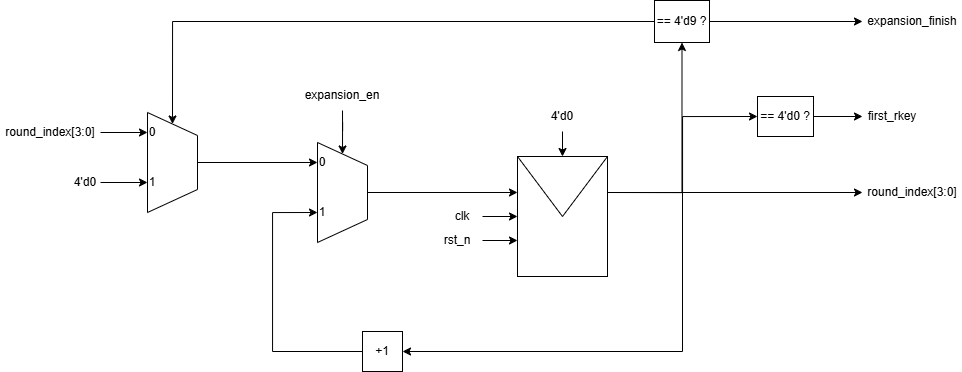
LQLManZz/AES128-Verilog keeps this draw.io diagram as KeyExpansion/media/KECounter Low.png. Above is the earlier version. Source tidied: cells renumbered, new cells last; positions are measured from the earlier drawing's top-left corner, leaving out a move shared by most shapes.
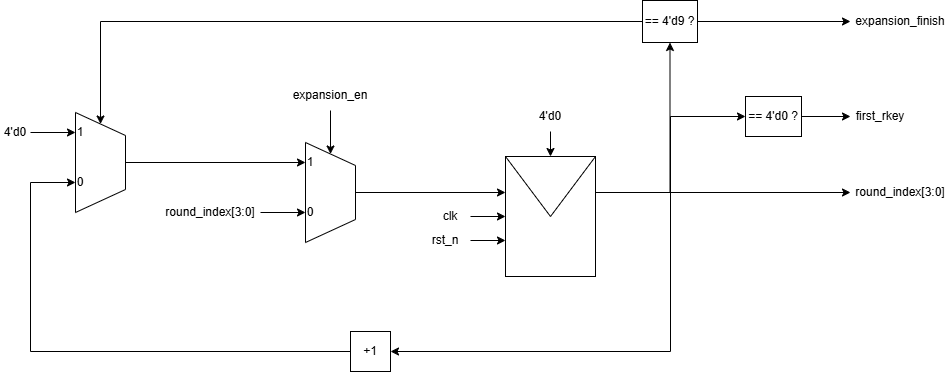
The same file after the commit.

Commit message:
vault backup: 2026-06-26 20:21:02

What changed in the source:
```diff
@@ -2,11 +2,11 @@
   <root>
     <mxCell id="0" />
     <mxCell id="1" parent="0" />
-    <mxCell id="2" style="edgeStyle=orthogonalEdgeStyle;rounded=0;jettySize=auto;html=1;exitX=1;exitY=0.5;exitDx=0;exitDy=0;entryX=0;entryY=0.5;entryDx=0;entryDy=0;" parent="1" edge="1" source="3" target="34">
-      <mxGeometry relative="1" as="geometry" />
-    </mxCell>
+    <mxCell id="40" style="edgeStyle=orthogonalEdgeStyle;rounded=0;jettySize=auto;html=1;exitX=1;exitY=0.5;exitDx=0;exitDy=0;entryX=0;entryY=0.5;entryDx=0;entryDy=0;" parent="1" edge="1" source="3" target="13">
+      <mxGeometry relative="1" as="geometry" />
+    </mxCell>
     <mxCell id="3" value="round_index[3:0]" style="text;html=1;whiteSpace=wrap;strokeColor=none;fillColor=none;align=center;verticalAlign=middle;rounded=0;" parent="1" vertex="1">
-      <mxGeometry y="117" width="100" height="30" as="geometry" />
+      <mxGeometry x="172" y="197" width="100" height="30" as="geometry" />
     </mxCell>
     <mxCell id="4" style="edgeStyle=orthogonalEdgeStyle;rounded=0;jettySize=auto;html=1;exitX=1;exitY=0.5;exitDx=0;exitDy=0;entryX=0;entryY=0.5;entryDx=0;entryDy=0;" parent="1" edge="1" source="6" target="7">
       <mxGeometry relative="1" as="geometry" />
@@ -32,10 +32,10 @@
     <mxCell id="11" style="verticalLabelPosition=middle;verticalAlign=middle;html=1;shape=trapezoid;perimeter=trapezoidPerimeter;whiteSpace=wrap;size=0.23;arcSize=10;flipV=1;labelPosition=center;align=center;legacyAnchorPoints=0;rotation=-90;" parent="10" vertex="1">
       <mxGeometry y="15" width="100" height="50" as="geometry" />
     </mxCell>
-    <mxCell id="12" value="0" style="text;html=1;whiteSpace=wrap;strokeColor=none;fillColor=none;align=center;verticalAlign=middle;rounded=0;" parent="10" vertex="1">
+    <mxCell id="12" value="1" style="text;html=1;whiteSpace=wrap;strokeColor=none;fillColor=none;align=center;verticalAlign=middle;rounded=0;" parent="10" vertex="1">
       <mxGeometry x="25" width="10" height="20" as="geometry" />
     </mxCell>
-    <mxCell id="13" value="1" style="text;html=1;whiteSpace=wrap;strokeColor=none;fillColor=none;align=center;verticalAlign=middle;rounded=0;" parent="10" vertex="1">
+    <mxCell id="13" value="0" style="text;html=1;whiteSpace=wrap;strokeColor=none;fillColor=none;align=center;verticalAlign=middle;rounded=0;" parent="10" vertex="1">
       <mxGeometry x="25" y="50" width="10" height="20" as="geometry" />
     </mxCell>
     <mxCell id="14" style="group;" parent="1" vertex="1">
@@ -71,14 +71,14 @@
     <mxCell id="24" style="edgeStyle=orthogonalEdgeStyle;rounded=0;jettySize=auto;html=1;exitX=1;exitY=0.3;exitDx=0;exitDy=0;entryX=0;entryY=0.5;entryDx=0;entryDy=0;" parent="1" edge="1" source="15" target="23">
       <mxGeometry relative="1" as="geometry" />
     </mxCell>
-    <mxCell id="25" style="edgeStyle=orthogonalEdgeStyle;rounded=0;jettySize=auto;html=1;exitX=0;exitY=0.5;exitDx=0;exitDy=0;entryX=0;entryY=0.5;entryDx=0;entryDy=0;" parent="1" edge="1" source="26" target="13">
-      <mxGeometry relative="1" as="geometry">
-        <Array as="points">
-          <mxPoint x="272" y="351" />
-          <mxPoint x="272" y="212" />
-        </Array>
-      </mxGeometry>
-    </mxCell>
+    <mxCell id="41" style="edgeStyle=orthogonalEdgeStyle;rounded=0;jettySize=auto;html=1;exitX=0;exitY=0.5;exitDx=0;exitDy=0;entryX=0;entryY=0.5;entryDx=0;entryDy=0;" parent="1" edge="1" source="26" target="35">
+      <mxGeometry relative="1" as="geometry">
+        <Array as="points">
+          <mxPoint x="42" y="351" />
+          <mxPoint x="42" y="182" />
+        </Array>
+      </mxGeometry>
+    </mxCell>
     <mxCell id="26" value="+1" style="whiteSpace=wrap;html=1;" parent="1" vertex="1">
       <mxGeometry x="362" y="331" width="40" height="40" as="geometry" />
     </mxCell>
@@ -103,15 +103,15 @@
       <mxGeometry x="302" y="80" width="80" height="30" as="geometry" />
     </mxCell>
     <mxCell id="32" style="group;flipH=0;legacyAnchorPoints=0;flipV=0;direction=west;" parent="1" vertex="1">
-      <mxGeometry x="122" y="122" width="100" height="70" as="geometry" />
+      <mxGeometry x="62" y="122" width="100" height="70" as="geometry" />
     </mxCell>
     <mxCell id="33" style="verticalLabelPosition=middle;verticalAlign=middle;html=1;shape=trapezoid;perimeter=trapezoidPerimeter;whiteSpace=wrap;size=0.23;arcSize=10;flipV=1;labelPosition=center;align=center;legacyAnchorPoints=0;rotation=-90;" parent="32" vertex="1">
       <mxGeometry y="15" width="100" height="50" as="geometry" />
     </mxCell>
-    <mxCell id="34" value="0" style="text;html=1;whiteSpace=wrap;strokeColor=none;fillColor=none;align=center;verticalAlign=middle;rounded=0;" parent="32" vertex="1">
+    <mxCell id="34" value="1" style="text;html=1;whiteSpace=wrap;strokeColor=none;fillColor=none;align=center;verticalAlign=middle;rounded=0;" parent="32" vertex="1">
       <mxGeometry x="25" width="10" height="20" as="geometry" />
     </mxCell>
-    <mxCell id="35" value="1" style="text;html=1;whiteSpace=wrap;strokeColor=none;fillColor=none;align=center;verticalAlign=middle;rounded=0;" parent="32" vertex="1">
+    <mxCell id="35" value="0" style="text;html=1;whiteSpace=wrap;strokeColor=none;fillColor=none;align=center;verticalAlign=middle;rounded=0;" parent="32" vertex="1">
       <mxGeometry x="25" y="50" width="10" height="20" as="geometry" />
     </mxCell>
     <mxCell id="36" style="edgeStyle=orthogonalEdgeStyle;rounded=0;jettySize=auto;html=1;exitX=1;exitY=0.3;exitDx=0;exitDy=0;entryX=0.5;entryY=1;entryDx=0;entryDy=0;" parent="1" edge="1" source="15" target="6">
@@ -120,11 +120,11 @@
     <mxCell id="37" style="edgeStyle=orthogonalEdgeStyle;rounded=0;jettySize=auto;html=1;exitX=0.5;exitY=0;exitDx=0;exitDy=0;entryX=0;entryY=0.5;entryDx=0;entryDy=0;" parent="1" edge="1" source="33" target="12">
       <mxGeometry relative="1" as="geometry" />
     </mxCell>
-    <mxCell id="38" style="edgeStyle=orthogonalEdgeStyle;rounded=0;jettySize=auto;html=1;exitX=1;exitY=0.5;exitDx=0;exitDy=0;entryX=0;entryY=0.5;entryDx=0;entryDy=0;" parent="1" edge="1" source="39" target="35">
-      <mxGeometry relative="1" as="geometry" />
-    </mxCell>
+    <mxCell id="42" style="edgeStyle=orthogonalEdgeStyle;rounded=0;jettySize=auto;html=1;exitX=1;exitY=0.5;exitDx=0;exitDy=0;entryX=0;entryY=0.5;entryDx=0;entryDy=0;" parent="1" edge="1" source="39" target="34">
+      <mxGeometry relative="1" as="geometry" />
+    </mxCell>
     <mxCell id="39" value="4'd0" style="text;html=1;whiteSpace=wrap;strokeColor=none;fillColor=none;align=center;verticalAlign=middle;rounded=0;" parent="1" vertex="1">
-      <mxGeometry x="70" y="167" width="30" height="30" as="geometry" />
+      <mxGeometry x="12" y="117" width="30" height="30" as="geometry" />
     </mxCell>
   </root>
 </mxGraphModel>
```
